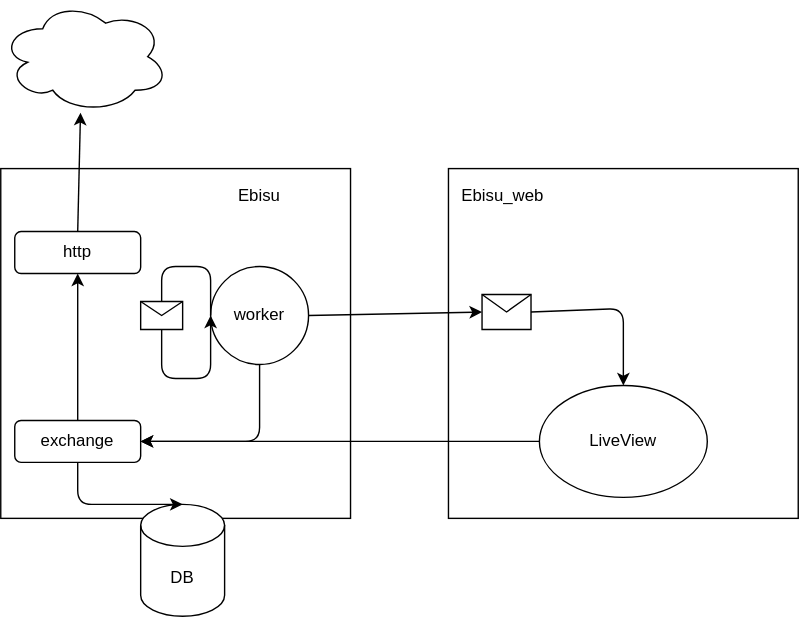
elpikel/cmd_arek keeps this draw.io diagram as images/ebisu.svg. Above is the earlier version. Source tidied: cells renumbered, new cells last; positions are measured from the earlier drawing's top-left corner, leaving out a move shared by most shapes. Its diagram source:
```xml
<mxGraphModel>
  <root>
    <mxCell id="0" />
    <mxCell id="1" parent="0" />
    <mxCell id="2" style="whiteSpace=wrap;html=1;" parent="1" vertex="1">
      <mxGeometry y="120" width="250" height="250" as="geometry" />
    </mxCell>
    <mxCell id="3" style="whiteSpace=wrap;html=1;" parent="1" vertex="1">
      <mxGeometry x="320" y="120" width="250" height="250" as="geometry" />
    </mxCell>
    <mxCell id="4" value="DB" style="shape=cylinder3;whiteSpace=wrap;html=1;boundedLbl=1;backgroundOutline=1;size=15;" parent="1" vertex="1">
      <mxGeometry x="100" y="360" width="60" height="80" as="geometry" />
    </mxCell>
    <mxCell id="5" value="exchange" style="rounded=1;whiteSpace=wrap;html=1;" parent="1" vertex="1">
      <mxGeometry x="10" y="300" width="90" height="30" as="geometry" />
    </mxCell>
    <mxCell id="6" value="http" style="rounded=1;whiteSpace=wrap;html=1;" parent="1" vertex="1">
      <mxGeometry x="10" y="165" width="90" height="30" as="geometry" />
    </mxCell>
    <mxCell id="7" value="worker" style="ellipse;whiteSpace=wrap;html=1;" parent="1" vertex="1">
      <mxGeometry x="150" y="190" width="70" height="70" as="geometry" />
    </mxCell>
    <mxCell id="8" style="endArrow=classic;html=1;exitX=0.5;exitY=1;exitDx=0;exitDy=0;" parent="1" edge="1" source="7">
      <mxGeometry relative="1" as="geometry">
        <mxPoint x="100" y="315" as="targetPoint" />
        <Array as="points">
          <mxPoint x="185" y="315" />
        </Array>
      </mxGeometry>
    </mxCell>
    <mxCell id="9" style="endArrow=classic;html=1;entryX=0.5;entryY=1;entryDx=0;entryDy=0;exitX=0.5;exitY=0;exitDx=0;exitDy=0;" parent="1" edge="1" source="5" target="6">
      <mxGeometry relative="1" as="geometry" />
    </mxCell>
    <mxCell id="10" style="endArrow=classic;html=1;entryX=0.5;entryY=0;entryDx=0;entryDy=0;entryPerimeter=0;exitX=0.5;exitY=1;exitDx=0;exitDy=0;" parent="1" edge="1" source="5" target="4">
      <mxGeometry relative="1" as="geometry">
        <Array as="points">
          <mxPoint x="55" y="360" />
        </Array>
      </mxGeometry>
    </mxCell>
    <mxCell id="11" style="ellipse;shape=cloud;whiteSpace=wrap;html=1;" parent="1" vertex="1">
      <mxGeometry width="120" height="80" as="geometry" />
    </mxCell>
    <mxCell id="12" style="endArrow=classic;html=1;entryX=0.475;entryY=1;entryDx=0;entryDy=0;exitX=0.5;exitY=0;exitDx=0;exitDy=0;entryPerimeter=0;" parent="1" edge="1" source="6" target="11">
      <mxGeometry relative="1" as="geometry" />
    </mxCell>
    <mxCell id="13" value="LiveView" style="ellipse;whiteSpace=wrap;html=1;" parent="1" vertex="1">
      <mxGeometry x="385" y="275" width="120" height="80" as="geometry" />
    </mxCell>
    <mxCell id="14" style="endArrow=classic;html=1;entryX=1;entryY=0.5;entryDx=0;entryDy=0;exitX=0;exitY=0.5;exitDx=0;exitDy=0;" parent="1" edge="1" source="13" target="5">
      <mxGeometry relative="1" as="geometry">
        <Array as="points">
          <mxPoint x="190" y="315" />
        </Array>
      </mxGeometry>
    </mxCell>
    <mxCell id="15" style="shape=message;html=1;whiteSpace=wrap;html=1;outlineConnect=0;" parent="1" vertex="1">
      <mxGeometry x="100" y="215" width="30" height="20" as="geometry" />
    </mxCell>
    <mxCell id="16" style="endArrow=classic;html=1;exitX=1;exitY=0.5;exitDx=0;exitDy=0;entryX=0.5;entryY=0;entryDx=0;entryDy=0;" parent="1" edge="1" source="17" target="13">
      <mxGeometry relative="1" as="geometry">
        <Array as="points">
          <mxPoint x="445" y="220" />
        </Array>
      </mxGeometry>
    </mxCell>
    <mxCell id="17" style="shape=message;html=1;whiteSpace=wrap;html=1;outlineConnect=0;" parent="1" vertex="1">
      <mxGeometry x="344" y="210" width="35" height="25" as="geometry" />
    </mxCell>
    <mxCell id="18" style="endArrow=classic;html=1;exitX=1;exitY=0.5;exitDx=0;exitDy=0;entryX=0;entryY=0.5;entryDx=0;entryDy=0;" parent="1" edge="1" source="7" target="17">
      <mxGeometry relative="1" as="geometry" />
    </mxCell>
    <mxCell id="19" style="endArrow=classic;html=1;exitX=0.5;exitY=1;exitDx=0;exitDy=0;entryX=0;entryY=0.5;entryDx=0;entryDy=0;" parent="1" edge="1" source="15" target="7">
      <mxGeometry relative="1" as="geometry">
        <Array as="points">
          <mxPoint x="115" y="270" />
          <mxPoint x="150" y="270" />
        </Array>
      </mxGeometry>
    </mxCell>
    <mxCell id="20" style="endArrow=none;html=1;entryX=0.5;entryY=0;entryDx=0;entryDy=0;exitX=0;exitY=0.5;exitDx=0;exitDy=0;" parent="1" edge="1" source="7" target="15">
      <mxGeometry relative="1" as="geometry">
        <Array as="points">
          <mxPoint x="150" y="190" />
          <mxPoint x="115" y="190" />
        </Array>
      </mxGeometry>
    </mxCell>
    <mxCell id="21" value="Ebisu" style="text;html=1;strokeColor=none;fillColor=none;align=center;verticalAlign=middle;whiteSpace=wrap;rounded=0;" parent="1" vertex="1">
      <mxGeometry x="165" y="130" width="40" height="20" as="geometry" />
    </mxCell>
    <mxCell id="22" value="Ebisu_web" style="text;html=1;strokeColor=none;fillColor=none;align=center;verticalAlign=middle;whiteSpace=wrap;rounded=0;" parent="1" vertex="1">
      <mxGeometry x="339" y="130" width="40" height="20" as="geometry" />
    </mxCell>
  </root>
</mxGraphModel>
```
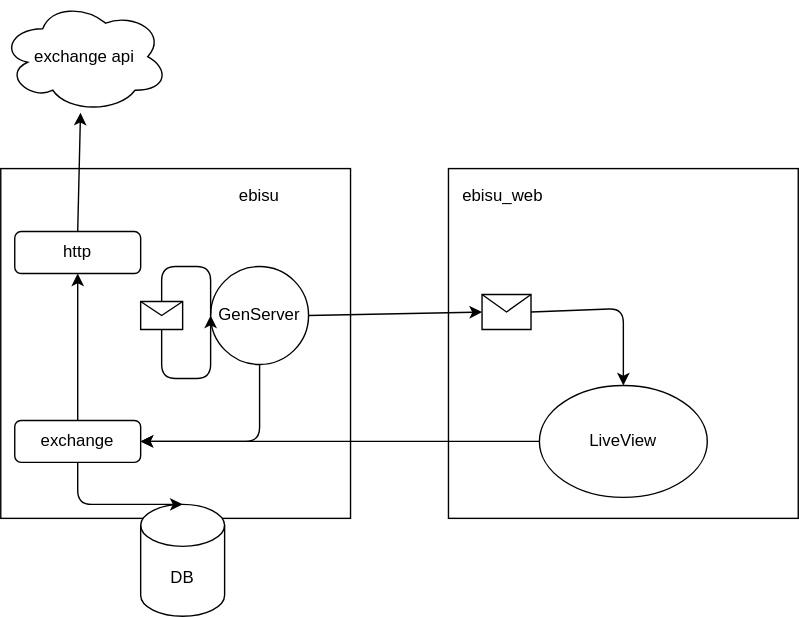
After the change.

Diff of the diagram source:
```diff
@@ -17,7 +17,7 @@
     <mxCell id="6" value="http" style="rounded=1;whiteSpace=wrap;html=1;" parent="1" vertex="1">
       <mxGeometry x="10" y="165" width="90" height="30" as="geometry" />
     </mxCell>
-    <mxCell id="7" value="worker" style="ellipse;whiteSpace=wrap;html=1;" parent="1" vertex="1">
+    <mxCell id="7" value="GenServer" style="ellipse;whiteSpace=wrap;html=1;" parent="1" vertex="1">
       <mxGeometry x="150" y="190" width="70" height="70" as="geometry" />
     </mxCell>
     <mxCell id="8" style="endArrow=classic;html=1;exitX=0.5;exitY=1;exitDx=0;exitDy=0;" parent="1" edge="1" source="7">
@@ -38,7 +38,7 @@
         </Array>
       </mxGeometry>
     </mxCell>
-    <mxCell id="11" style="ellipse;shape=cloud;whiteSpace=wrap;html=1;" parent="1" vertex="1">
+    <mxCell id="11" value="exchange api" style="ellipse;shape=cloud;whiteSpace=wrap;html=1;" parent="1" vertex="1">
       <mxGeometry width="120" height="80" as="geometry" />
     </mxCell>
     <mxCell id="12" style="endArrow=classic;html=1;entryX=0.475;entryY=1;entryDx=0;entryDy=0;exitX=0.5;exitY=0;exitDx=0;exitDy=0;entryPerimeter=0;" parent="1" edge="1" source="6" target="11">
@@ -86,10 +86,10 @@
         </Array>
       </mxGeometry>
     </mxCell>
-    <mxCell id="21" value="Ebisu" style="text;html=1;strokeColor=none;fillColor=none;align=center;verticalAlign=middle;whiteSpace=wrap;rounded=0;" parent="1" vertex="1">
+    <mxCell id="21" value="ebisu" style="text;html=1;strokeColor=none;fillColor=none;align=center;verticalAlign=middle;whiteSpace=wrap;rounded=0;" parent="1" vertex="1">
       <mxGeometry x="165" y="130" width="40" height="20" as="geometry" />
     </mxCell>
-    <mxCell id="22" value="Ebisu_web" style="text;html=1;strokeColor=none;fillColor=none;align=center;verticalAlign=middle;whiteSpace=wrap;rounded=0;" parent="1" vertex="1">
+    <mxCell id="22" value="ebisu_web" style="text;html=1;strokeColor=none;fillColor=none;align=center;verticalAlign=middle;whiteSpace=wrap;rounded=0;" parent="1" vertex="1">
       <mxGeometry x="339" y="130" width="40" height="20" as="geometry" />
     </mxCell>
   </root>
```
